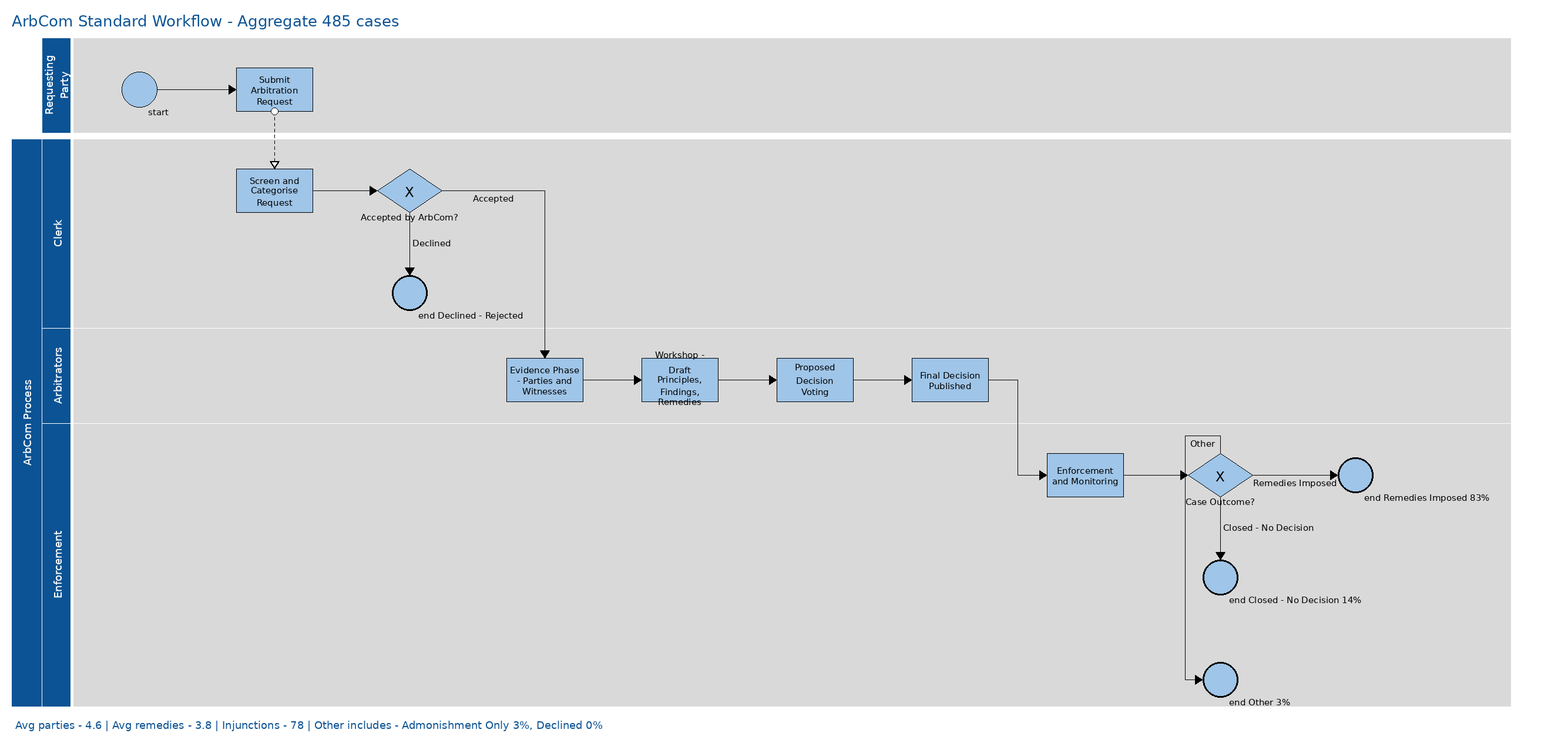
rah-ds/Wikipedia_Dispute_Models keeps this BPMN diagram as artifacts/bpmn/arb/arb_aggregate_workflow.png. Above is the earlier version. Its source is kept beside it as artifacts/bpmn/arb/arb_aggregate_workflow.bpmn. Ids are renumbered.
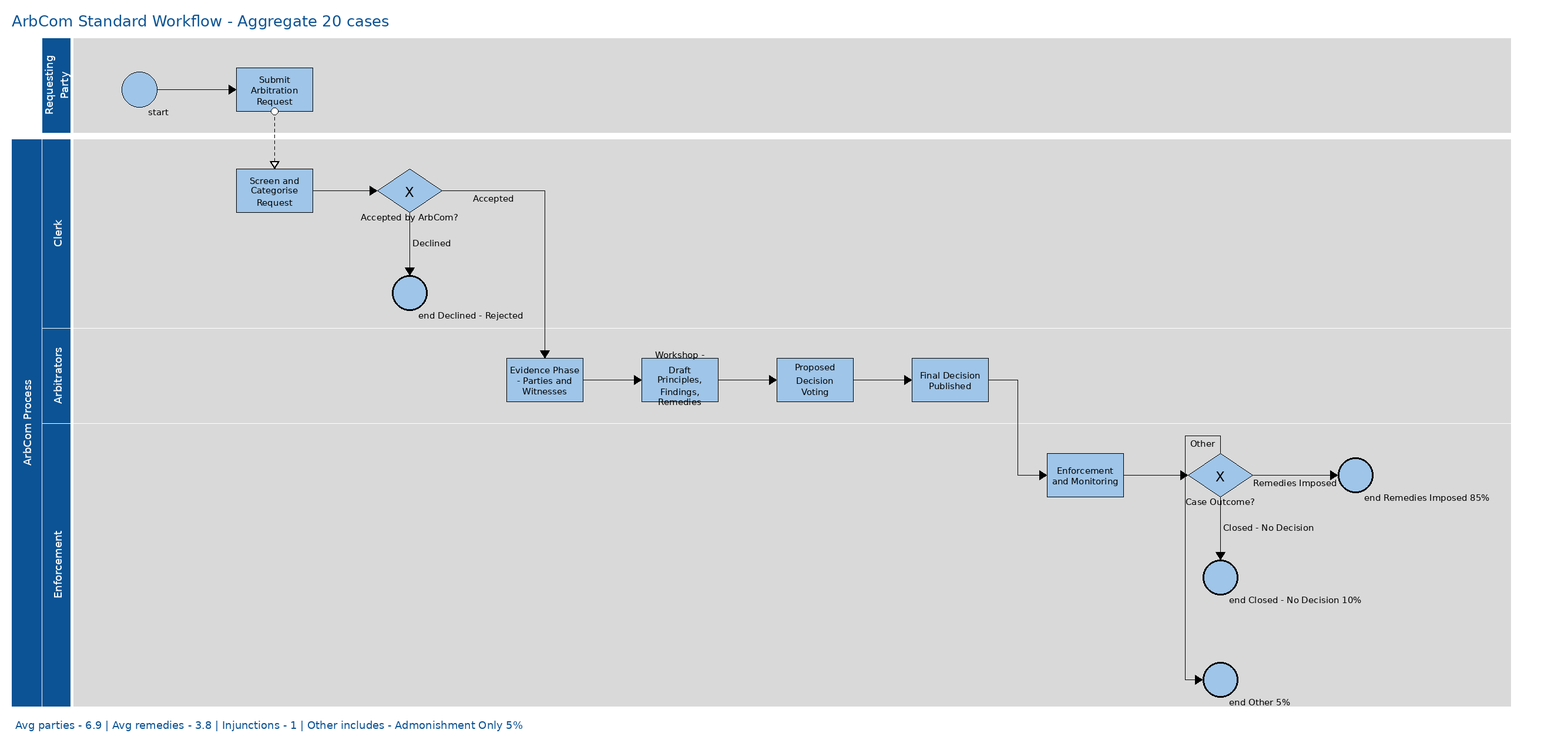
Above is the later version.

Diff of the diagram source:
```diff
@@ -1,116 +1,116 @@
-<bpmn:definitions xmlns:bpmn="http://www.omg.org/spec/BPMN/20100524/MODEL" xmlns:bpmndi="http://www.omg.org/spec/BPMN/20100524/DI" xmlns:dc="http://www.omg.org/spec/DD/20100524/DC" xmlns:di="http://www.omg.org/spec/DD/20100524/DI" id="Defs_0c04d345" targetNamespace="http://bpmn.io/schema/bpmn" exporter="ARB-BPMN-Generator" exporterVersion="2.0">
-  <bpmn:collaboration id="Collab_3075b9e8">
-    <bpmn:participant id="Participant_7f91c3ef" name="ArbCom Standard Workflow (Aggregate)" processRef="Process_1eb3be6e"/>
+<bpmn:definitions xmlns:bpmn="http://www.omg.org/spec/BPMN/20100524/MODEL" xmlns:bpmndi="http://www.omg.org/spec/BPMN/20100524/DI" xmlns:dc="http://www.omg.org/spec/DD/20100524/DC" xmlns:di="http://www.omg.org/spec/DD/20100524/DI" id="Defs_884db1db" targetNamespace="http://bpmn.io/schema/bpmn" exporter="ARB-BPMN-Generator" exporterVersion="2.0">
+  <bpmn:collaboration id="Collab_f2b951c9">
+    <bpmn:participant id="Participant_5bbdc030" name="ArbCom Standard Workflow (Aggregate)" processRef="Process_5ce431af"/>
   </bpmn:collaboration>
-  <bpmn:process id="Process_1eb3be6e" isExecutable="false">
-    <bpmn:laneSet id="LS_8257518f">
-      <bpmn:lane id="Lane_da011df4" name="Requesting Party">
-        <bpmn:flowNodeRef>startE_bfad503c</bpmn:flowNodeRef>
-        <bpmn:flowNodeRef>userTa_27c33dad</bpmn:flowNodeRef>
+  <bpmn:process id="Process_5ce431af" isExecutable="false">
+    <bpmn:laneSet id="LS_fa7a6078">
+      <bpmn:lane id="Lane_064f8a25" name="Requesting Party">
+        <bpmn:flowNodeRef>startE_4159ac6a</bpmn:flowNodeRef>
+        <bpmn:flowNodeRef>userTa_1ec863cb</bpmn:flowNodeRef>
       </bpmn:lane>
-      <bpmn:lane id="Lane_e15eb01a" name="Clerk">
-        <bpmn:flowNodeRef>task_75f53d36</bpmn:flowNodeRef>
-        <bpmn:flowNodeRef>exclus_bc45fe5e</bpmn:flowNodeRef>
-        <bpmn:flowNodeRef>endEve_9f7004b7</bpmn:flowNodeRef>
+      <bpmn:lane id="Lane_78e912b4" name="Clerk">
+        <bpmn:flowNodeRef>task_e3536de2</bpmn:flowNodeRef>
+        <bpmn:flowNodeRef>exclus_36a39572</bpmn:flowNodeRef>
+        <bpmn:flowNodeRef>endEve_fce17647</bpmn:flowNodeRef>
       </bpmn:lane>
-      <bpmn:lane id="Lane_5124f076" name="Arbitrators">
-        <bpmn:flowNodeRef>userTa_05f1df8b</bpmn:flowNodeRef>
-        <bpmn:flowNodeRef>userTa_f67ecde2</bpmn:flowNodeRef>
-        <bpmn:flowNodeRef>userTa_71c71b71</bpmn:flowNodeRef>
-        <bpmn:flowNodeRef>task_ee56dd75</bpmn:flowNodeRef>
+      <bpmn:lane id="Lane_d0aea4ab" name="Arbitrators">
+        <bpmn:flowNodeRef>userTa_d0418e09</bpmn:flowNodeRef>
+        <bpmn:flowNodeRef>userTa_601ed911</bpmn:flowNodeRef>
+        <bpmn:flowNodeRef>userTa_9f903c04</bpmn:flowNodeRef>
+        <bpmn:flowNodeRef>task_cf4c76b7</bpmn:flowNodeRef>
       </bpmn:lane>
-      <bpmn:lane id="Lane_886271b0" name="Enforcement">
-        <bpmn:flowNodeRef>userTa_dfc57ca4</bpmn:flowNodeRef>
-        <bpmn:flowNodeRef>exclus_a67e9532</bpmn:flowNodeRef>
-        <bpmn:flowNodeRef>endEve_c703935b</bpmn:flowNodeRef>
-        <bpmn:flowNodeRef>endEve_6d06c47a</bpmn:flowNodeRef>
-        <bpmn:flowNodeRef>endEve_5aa56df1</bpmn:flowNodeRef>
+      <bpmn:lane id="Lane_e6d13a67" name="Enforcement">
+        <bpmn:flowNodeRef>userTa_e143efad</bpmn:flowNodeRef>
+        <bpmn:flowNodeRef>exclus_293056dc</bpmn:flowNodeRef>
+        <bpmn:flowNodeRef>endEve_a3617c0c</bpmn:flowNodeRef>
+        <bpmn:flowNodeRef>endEve_96ca3d55</bpmn:flowNodeRef>
+        <bpmn:flowNodeRef>endEve_74645916</bpmn:flowNodeRef>
       </bpmn:lane>
     </bpmn:laneSet>
-    <bpmn:startEvent id="startE_bfad503c" name="Request Filed">
-      <bpmn:outgoing>Flow_041c9654</bpmn:outgoing>
+    <bpmn:startEvent id="startE_4159ac6a" name="Request Filed">
+      <bpmn:outgoing>Flow_687b115a</bpmn:outgoing>
     </bpmn:startEvent>
-    <bpmn:userTask id="userTa_27c33dad" name="Submit Arbitration Request">
-      <bpmn:incoming>Flow_041c9654</bpmn:incoming>
-      <bpmn:outgoing>Flow_48669485</bpmn:outgoing>
+    <bpmn:userTask id="userTa_1ec863cb" name="Submit Arbitration Request">
+      <bpmn:incoming>Flow_687b115a</bpmn:incoming>
+      <bpmn:outgoing>Flow_5ba99f82</bpmn:outgoing>
     </bpmn:userTask>
-    <bpmn:task id="task_75f53d36" name="Screen and Categorise">
-      <bpmn:incoming>Flow_48669485</bpmn:incoming>
-      <bpmn:outgoing>Flow_99c364df</bpmn:outgoing>
+    <bpmn:task id="task_e3536de2" name="Screen and Categorise">
+      <bpmn:incoming>Flow_5ba99f82</bpmn:incoming>
+      <bpmn:outgoing>Flow_1b73fded</bpmn:outgoing>
     </bpmn:task>
-    <bpmn:exclusiveGateway id="exclus_bc45fe5e" name="Accepted by ArbCom?">
-      <bpmn:incoming>Flow_99c364df</bpmn:incoming>
-      <bpmn:outgoing>Flow_04a2017b</bpmn:outgoing>
-      <bpmn:outgoing>Flow_c0e3e25d</bpmn:outgoing>
+    <bpmn:exclusiveGateway id="exclus_36a39572" name="Accepted by ArbCom?">
+      <bpmn:incoming>Flow_1b73fded</bpmn:incoming>
+      <bpmn:outgoing>Flow_17af1f86</bpmn:outgoing>
+      <bpmn:outgoing>Flow_cfbbb7a0</bpmn:outgoing>
     </bpmn:exclusiveGateway>
-    <bpmn:endEvent id="endEve_9f7004b7" name="Declined / Rejected">
-      <bpmn:incoming>Flow_04a2017b</bpmn:incoming>
+    <bpmn:endEvent id="endEve_fce17647" name="Declined / Rejected">
+      <bpmn:incoming>Flow_17af1f86</bpmn:incoming>
     </bpmn:endEvent>
-    <bpmn:userTask id="userTa_05f1df8b" name="Evidence Phase">
-      <bpmn:incoming>Flow_c0e3e25d</bpmn:incoming>
-      <bpmn:outgoing>Flow_7296c8be</bpmn:outgoing>
+    <bpmn:userTask id="userTa_d0418e09" name="Evidence Phase">
+      <bpmn:incoming>Flow_cfbbb7a0</bpmn:incoming>
+      <bpmn:outgoing>Flow_a3422127</bpmn:outgoing>
     </bpmn:userTask>
-    <bpmn:userTask id="userTa_f67ecde2" name="Workshop (Draft Decision)">
-      <bpmn:incoming>Flow_7296c8be</bpmn:incoming>
-      <bpmn:outgoing>Flow_9ec3b1d9</bpmn:outgoing>
+    <bpmn:userTask id="userTa_601ed911" name="Workshop (Draft Decision)">
+      <bpmn:incoming>Flow_a3422127</bpmn:incoming>
+      <bpmn:outgoing>Flow_e36aba5e</bpmn:outgoing>
     </bpmn:userTask>
-    <bpmn:userTask id="userTa_71c71b71" name="Proposed Decision Voting">
-      <bpmn:incoming>Flow_9ec3b1d9</bpmn:incoming>
-      <bpmn:outgoing>Flow_f88abc9f</bpmn:outgoing>
+    <bpmn:userTask id="userTa_9f903c04" name="Proposed Decision Voting">
+      <bpmn:incoming>Flow_e36aba5e</bpmn:incoming>
+      <bpmn:outgoing>Flow_3a7d0514</bpmn:outgoing>
     </bpmn:userTask>
-    <bpmn:task id="task_ee56dd75" name="Final Decision Published">
-      <bpmn:incoming>Flow_f88abc9f</bpmn:incoming>
-      <bpmn:outgoing>Flow_94e1d135</bpmn:outgoing>
+    <bpmn:task id="task_cf4c76b7" name="Final Decision Published">
+      <bpmn:incoming>Flow_3a7d0514</bpmn:incoming>
+      <bpmn:outgoing>Flow_fd3bd75f</bpmn:outgoing>
     </bpmn:task>
-    <bpmn:userTask id="userTa_dfc57ca4" name="Enforcement &amp; Monitoring">
-      <bpmn:incoming>Flow_94e1d135</bpmn:incoming>
-      <bpmn:outgoing>Flow_ea13c10a</bpmn:outgoing>
+    <bpmn:userTask id="userTa_e143efad" name="Enforcement &amp; Monitoring">
+      <bpmn:incoming>Flow_fd3bd75f</bpmn:incoming>
+      <bpmn:outgoing>Flow_3dbc0abf</bpmn:outgoing>
     </bpmn:userTask>
-    <bpmn:exclusiveGateway id="exclus_a67e9532" name="Case Outcome?">
-      <bpmn:incoming>Flow_ea13c10a</bpmn:incoming>
-      <bpmn:outgoing>Flow_e0960185</bpmn:outgoing>
-      <bpmn:outgoing>Flow_190e9871</bpmn:outgoing>
-      <bpmn:outgoing>Flow_87edaff1</bpmn:outgoing>
+    <bpmn:exclusiveGateway id="exclus_293056dc" name="Case Outcome?">
+      <bpmn:incoming>Flow_3dbc0abf</bpmn:incoming>
+      <bpmn:outgoing>Flow_40e33e1e</bpmn:outgoing>
+      <bpmn:outgoing>Flow_7074bbc2</bpmn:outgoing>
+      <bpmn:outgoing>Flow_db1bd19f</bpmn:outgoing>
     </bpmn:exclusiveGateway>
-    <bpmn:endEvent id="endEve_c703935b" name="Remedies Imposed (83%)">
-      <bpmn:incoming>Flow_e0960185</bpmn:incoming>
+    <bpmn:endEvent id="endEve_a3617c0c" name="Remedies Imposed (85%)">
+      <bpmn:incoming>Flow_40e33e1e</bpmn:incoming>
     </bpmn:endEvent>
-    <bpmn:endEvent id="endEve_6d06c47a" name="Closed - No Decision (14%)">
-      <bpmn:incoming>Flow_190e9871</bpmn:incoming>
+    <bpmn:endEvent id="endEve_96ca3d55" name="Closed - No Decision (10%)">
+      <bpmn:incoming>Flow_7074bbc2</bpmn:incoming>
     </bpmn:endEvent>
-    <bpmn:endEvent id="endEve_5aa56df1" name="Other (3%): Admonishment Only 3%, Declined 0%">
-      <bpmn:incoming>Flow_87edaff1</bpmn:incoming>
+    <bpmn:endEvent id="endEve_74645916" name="Other (5%): Admonishment Only 5%">
+      <bpmn:incoming>Flow_db1bd19f</bpmn:incoming>
     </bpmn:endEvent>
-    <bpmn:sequenceFlow id="Flow_041c9654" sourceRef="startE_bfad503c" targetRef="userTa_27c33dad"/>
-    <bpmn:sequenceFlow id="Flow_48669485" sourceRef="userTa_27c33dad" targetRef="task_75f53d36"/>
-    <bpmn:sequenceFlow id="Flow_99c364df" sourceRef="task_75f53d36" targetRef="exclus_bc45fe5e"/>
-    <bpmn:sequenceFlow id="Flow_04a2017b" sourceRef="exclus_bc45fe5e" targetRef="endEve_9f7004b7"/>
-    <bpmn:sequenceFlow id="Flow_c0e3e25d" sourceRef="exclus_bc45fe5e" targetRef="userTa_05f1df8b"/>
-    <bpmn:sequenceFlow id="Flow_7296c8be" sourceRef="userTa_05f1df8b" targetRef="userTa_f67ecde2"/>
-    <bpmn:sequenceFlow id="Flow_9ec3b1d9" sourceRef="userTa_f67ecde2" targetRef="userTa_71c71b71"/>
-    <bpmn:sequenceFlow id="Flow_f88abc9f" sourceRef="userTa_71c71b71" targetRef="task_ee56dd75"/>
-    <bpmn:sequenceFlow id="Flow_94e1d135" sourceRef="task_ee56dd75" targetRef="userTa_dfc57ca4"/>
-    <bpmn:sequenceFlow id="Flow_ea13c10a" sourceRef="userTa_dfc57ca4" targetRef="exclus_a67e9532"/>
-    <bpmn:sequenceFlow id="Flow_e0960185" sourceRef="exclus_a67e9532" targetRef="endEve_c703935b"/>
-    <bpmn:sequenceFlow id="Flow_190e9871" sourceRef="exclus_a67e9532" targetRef="endEve_6d06c47a"/>
-    <bpmn:sequenceFlow id="Flow_87edaff1" sourceRef="exclus_a67e9532" targetRef="endEve_5aa56df1"/>
+    <bpmn:sequenceFlow id="Flow_687b115a" sourceRef="startE_4159ac6a" targetRef="userTa_1ec863cb"/>
+    <bpmn:sequenceFlow id="Flow_5ba99f82" sourceRef="userTa_1ec863cb" targetRef="task_e3536de2"/>
+    <bpmn:sequenceFlow id="Flow_1b73fded" sourceRef="task_e3536de2" targetRef="exclus_36a39572"/>
+    <bpmn:sequenceFlow id="Flow_17af1f86" sourceRef="exclus_36a39572" targetRef="endEve_fce17647" name="No - Declined"/>
+    <bpmn:sequenceFlow id="Flow_cfbbb7a0" sourceRef="exclus_36a39572" targetRef="userTa_d0418e09" name="Yes - Accepted"/>
+    <bpmn:sequenceFlow id="Flow_a3422127" sourceRef="userTa_d0418e09" targetRef="userTa_601ed911"/>
+    <bpmn:sequenceFlow id="Flow_e36aba5e" sourceRef="userTa_601ed911" targetRef="userTa_9f903c04"/>
+    <bpmn:sequenceFlow id="Flow_3a7d0514" sourceRef="userTa_9f903c04" targetRef="task_cf4c76b7"/>
+    <bpmn:sequenceFlow id="Flow_fd3bd75f" sourceRef="task_cf4c76b7" targetRef="userTa_e143efad"/>
+    <bpmn:sequenceFlow id="Flow_3dbc0abf" sourceRef="userTa_e143efad" targetRef="exclus_293056dc"/>
+    <bpmn:sequenceFlow id="Flow_40e33e1e" sourceRef="exclus_293056dc" targetRef="endEve_a3617c0c" name="Remedies Imposed"/>
+    <bpmn:sequenceFlow id="Flow_7074bbc2" sourceRef="exclus_293056dc" targetRef="endEve_96ca3d55" name="Closed - No Decision"/>
+    <bpmn:sequenceFlow id="Flow_db1bd19f" sourceRef="exclus_293056dc" targetRef="endEve_74645916" name="Other"/>
   </bpmn:process>
-  <bpmndi:BPMNDiagram id="Diag_2eaf9ef6">
-    <bpmndi:BPMNPlane id="Plane_40ac555f" bpmnElement="Collab_3075b9e8">
-      <bpmndi:BPMNShape id="Participant_7f91c3ef_di" bpmnElement="Participant_7f91c3ef" isHorizontal="true">
+  <bpmndi:BPMNDiagram id="Diag_656b7282">
+    <bpmndi:BPMNPlane id="Plane_c6795132" bpmnElement="Collab_f2b951c9">
+      <bpmndi:BPMNShape id="Participant_5bbdc030_di" bpmnElement="Participant_5bbdc030" isHorizontal="true">
         <dc:Bounds x="100" y="80" width="2430" height="640"/>
       </bpmndi:BPMNShape>
-      <bpmndi:BPMNShape id="Lane_da011df4_di" bpmnElement="Lane_da011df4" isHorizontal="true">
+      <bpmndi:BPMNShape id="Lane_064f8a25_di" bpmnElement="Lane_064f8a25" isHorizontal="true">
         <dc:Bounds x="130" y="80" width="2400" height="160"/>
       </bpmndi:BPMNShape>
-      <bpmndi:BPMNShape id="Lane_e15eb01a_di" bpmnElement="Lane_e15eb01a" isHorizontal="true">
+      <bpmndi:BPMNShape id="Lane_78e912b4_di" bpmnElement="Lane_78e912b4" isHorizontal="true">
         <dc:Bounds x="130" y="240" width="2400" height="160"/>
       </bpmndi:BPMNShape>
-      <bpmndi:BPMNShape id="Lane_5124f076_di" bpmnElement="Lane_5124f076" isHorizontal="true">
+      <bpmndi:BPMNShape id="Lane_d0aea4ab_di" bpmnElement="Lane_d0aea4ab" isHorizontal="true">
         <dc:Bounds x="130" y="400" width="2400" height="160"/>
       </bpmndi:BPMNShape>
-      <bpmndi:BPMNShape id="Lane_886271b0_di" bpmnElement="Lane_886271b0" isHorizontal="true">
+      <bpmndi:BPMNShape id="Lane_e6d13a67_di" bpmnElement="Lane_e6d13a67" isHorizontal="true">
         <dc:Bounds x="130" y="560" width="2400" height="160"/>
       </bpmndi:BPMNShape>
-      <bpmndi:BPMNShape id="startE_bfad503c_di" bpmnElement="startE_bfad503c">
+      <bpmndi:BPMNShape id="startE_4159ac6a_di" bpmnElement="startE_4159ac6a">
         <dc:Bounds x="210" y="142" width="36" height="36"/>
@@ -120,9 +120,9 @@
       </bpmndi:BPMNShape>
-      <bpmndi:BPMNShape id="userTa_27c33dad_di" bpmnElement="userTa_27c33dad">
+      <bpmndi:BPMNShape id="userTa_1ec863cb_di" bpmnElement="userTa_1ec863cb">
         <dc:Bounds x="370" y="130" width="130" height="60"/>
       </bpmndi:BPMNShape>
-      <bpmndi:BPMNShape id="task_75f53d36_di" bpmnElement="task_75f53d36">
+      <bpmndi:BPMNShape id="task_e3536de2_di" bpmnElement="task_e3536de2">
         <dc:Bounds x="530" y="290" width="130" height="60"/>
       </bpmndi:BPMNShape>
-      <bpmndi:BPMNShape id="exclus_bc45fe5e_di" bpmnElement="exclus_bc45fe5e">
+      <bpmndi:BPMNShape id="exclus_36a39572_di" bpmnElement="exclus_36a39572">
         <dc:Bounds x="690" y="295" width="50" height="50"/>
@@ -132,3 +132,3 @@
       </bpmndi:BPMNShape>
-      <bpmndi:BPMNShape id="endEve_9f7004b7_di" bpmnElement="endEve_9f7004b7">
+      <bpmndi:BPMNShape id="endEve_fce17647_di" bpmnElement="endEve_fce17647">
         <dc:Bounds x="850" y="302" width="36" height="36"/>
@@ -138,18 +138,18 @@
       </bpmndi:BPMNShape>
-      <bpmndi:BPMNShape id="userTa_05f1df8b_di" bpmnElement="userTa_05f1df8b">
+      <bpmndi:BPMNShape id="userTa_d0418e09_di" bpmnElement="userTa_d0418e09">
         <dc:Bounds x="1010" y="450" width="130" height="60"/>
       </bpmndi:BPMNShape>
-      <bpmndi:BPMNShape id="userTa_f67ecde2_di" bpmnElement="userTa_f67ecde2">
+      <bpmndi:BPMNShape id="userTa_601ed911_di" bpmnElement="userTa_601ed911">
         <dc:Bounds x="1170" y="450" width="130" height="60"/>
       </bpmndi:BPMNShape>
-      <bpmndi:BPMNShape id="userTa_71c71b71_di" bpmnElement="userTa_71c71b71">
+      <bpmndi:BPMNShape id="userTa_9f903c04_di" bpmnElement="userTa_9f903c04">
         <dc:Bounds x="1330" y="450" width="130" height="60"/>
       </bpmndi:BPMNShape>
-      <bpmndi:BPMNShape id="task_ee56dd75_di" bpmnElement="task_ee56dd75">
+      <bpmndi:BPMNShape id="task_cf4c76b7_di" bpmnElement="task_cf4c76b7">
         <dc:Bounds x="1490" y="450" width="130" height="60"/>
       </bpmndi:BPMNShape>
-      <bpmndi:BPMNShape id="userTa_dfc57ca4_di" bpmnElement="userTa_dfc57ca4">
+      <bpmndi:BPMNShape id="userTa_e143efad_di" bpmnElement="userTa_e143efad">
         <dc:Bounds x="1650" y="610" width="130" height="60"/>
       </bpmndi:BPMNShape>
-      <bpmndi:BPMNShape id="exclus_a67e9532_di" bpmnElement="exclus_a67e9532">
+      <bpmndi:BPMNShape id="exclus_293056dc_di" bpmnElement="exclus_293056dc">
         <dc:Bounds x="1810" y="615" width="50" height="50"/>
@@ -159,3 +159,3 @@
       </bpmndi:BPMNShape>
-      <bpmndi:BPMNShape id="endEve_c703935b_di" bpmnElement="endEve_c703935b">
+      <bpmndi:BPMNShape id="endEve_a3617c0c_di" bpmnElement="endEve_a3617c0c">
         <dc:Bounds x="1970" y="622" width="36" height="36"/>
@@ -165,3 +165,3 @@
       </bpmndi:BPMNShape>
-      <bpmndi:BPMNShape id="endEve_6d06c47a_di" bpmnElement="endEve_6d06c47a">
+      <bpmndi:BPMNShape id="endEve_96ca3d55_di" bpmnElement="endEve_96ca3d55">
         <dc:Bounds x="2130" y="622" width="36" height="36"/>
@@ -171,3 +171,3 @@
       </bpmndi:BPMNShape>
-      <bpmndi:BPMNShape id="endEve_5aa56df1_di" bpmnElement="endEve_5aa56df1">
+      <bpmndi:BPMNShape id="endEve_74645916_di" bpmnElement="endEve_74645916">
         <dc:Bounds x="2290" y="622" width="36" height="36"/>
@@ -177,3 +177,3 @@
       </bpmndi:BPMNShape>
-      <bpmndi:BPMNEdge id="Flow_041c9654_di" bpmnElement="Flow_041c9654">
+      <bpmndi:BPMNEdge id="Flow_687b115a_di" bpmnElement="Flow_687b115a">
         <di:waypoint x="246" y="160"/>
@@ -181,3 +181,3 @@
       </bpmndi:BPMNEdge>
-      <bpmndi:BPMNEdge id="Flow_48669485_di" bpmnElement="Flow_48669485">
+      <bpmndi:BPMNEdge id="Flow_5ba99f82_di" bpmnElement="Flow_5ba99f82">
         <di:waypoint x="500" y="160"/>
@@ -185,3 +185,3 @@
       </bpmndi:BPMNEdge>
-      <bpmndi:BPMNEdge id="Flow_99c364df_di" bpmnElement="Flow_99c364df">
+      <bpmndi:BPMNEdge id="Flow_1b73fded_di" bpmnElement="Flow_1b73fded">
         <di:waypoint x="660" y="320"/>
@@ -189,3 +189,6 @@
       </bpmndi:BPMNEdge>
-      <bpmndi:BPMNEdge id="Flow_04a2017b_di" bpmnElement="Flow_04a2017b">
+      <bpmndi:BPMNEdge id="Flow_17af1f86_di" bpmnElement="Flow_17af1f86">
+        <bpmndi:BPMNLabel>
+          <dc:Bounds x="771" y="310" width="60" height="20"/>
+        </bpmndi:BPMNLabel>
         <di:waypoint x="740" y="320"/>
@@ -193,3 +196,6 @@
       </bpmndi:BPMNEdge>
-      <bpmndi:BPMNEdge id="Flow_c0e3e25d_di" bpmnElement="Flow_c0e3e25d">
+      <bpmndi:BPMNEdge id="Flow_cfbbb7a0_di" bpmnElement="Flow_cfbbb7a0">
+        <bpmndi:BPMNLabel>
+          <dc:Bounds x="875" y="390" width="60" height="20"/>
+        </bpmndi:BPMNLabel>
         <di:waypoint x="740" y="320"/>
@@ -197,3 +203,3 @@
       </bpmndi:BPMNEdge>
-      <bpmndi:BPMNEdge id="Flow_7296c8be_di" bpmnElement="Flow_7296c8be">
+      <bpmndi:BPMNEdge id="Flow_a3422127_di" bpmnElement="Flow_a3422127">
         <di:waypoint x="1140" y="480"/>
@@ -201,3 +207,3 @@
       </bpmndi:BPMNEdge>
-      <bpmndi:BPMNEdge id="Flow_9ec3b1d9_di" bpmnElement="Flow_9ec3b1d9">
+      <bpmndi:BPMNEdge id="Flow_e36aba5e_di" bpmnElement="Flow_e36aba5e">
         <di:waypoint x="1300" y="480"/>
@@ -205,3 +211,3 @@
       </bpmndi:BPMNEdge>
-      <bpmndi:BPMNEdge id="Flow_f88abc9f_di" bpmnElement="Flow_f88abc9f">
+      <bpmndi:BPMNEdge id="Flow_3a7d0514_di" bpmnElement="Flow_3a7d0514">
         <di:waypoint x="1460" y="480"/>
@@ -209,3 +215,3 @@
       </bpmndi:BPMNEdge>
-      <bpmndi:BPMNEdge id="Flow_94e1d135_di" bpmnElement="Flow_94e1d135">
+      <bpmndi:BPMNEdge id="Flow_fd3bd75f_di" bpmnElement="Flow_fd3bd75f">
         <di:waypoint x="1620" y="480"/>
@@ -213,3 +219,3 @@
       </bpmndi:BPMNEdge>
-      <bpmndi:BPMNEdge id="Flow_ea13c10a_di" bpmnElement="Flow_ea13c10a">
+      <bpmndi:BPMNEdge id="Flow_3dbc0abf_di" bpmnElement="Flow_3dbc0abf">
         <di:waypoint x="1780" y="640"/>
@@ -217,3 +223,6 @@
       </bpmndi:BPMNEdge>
-      <bpmndi:BPMNEdge id="Flow_e0960185_di" bpmnElement="Flow_e0960185">
+      <bpmndi:BPMNEdge id="Flow_40e33e1e_di" bpmnElement="Flow_40e33e1e">
+        <bpmndi:BPMNLabel>
+          <dc:Bounds x="1891" y="630" width="60" height="20"/>
+        </bpmndi:BPMNLabel>
         <di:waypoint x="1860" y="640"/>
@@ -221,3 +230,6 @@
       </bpmndi:BPMNEdge>
-      <bpmndi:BPMNEdge id="Flow_190e9871_di" bpmnElement="Flow_190e9871">
+      <bpmndi:BPMNEdge id="Flow_7074bbc2_di" bpmnElement="Flow_7074bbc2">
+        <bpmndi:BPMNLabel>
+          <dc:Bounds x="1971" y="630" width="60" height="20"/>
+        </bpmndi:BPMNLabel>
         <di:waypoint x="1860" y="640"/>
@@ -225,3 +237,6 @@
       </bpmndi:BPMNEdge>
-      <bpmndi:BPMNEdge id="Flow_87edaff1_di" bpmnElement="Flow_87edaff1">
+      <bpmndi:BPMNEdge id="Flow_db1bd19f_di" bpmnElement="Flow_db1bd19f">
+        <bpmndi:BPMNLabel>
+          <dc:Bounds x="2051" y="630" width="60" height="20"/>
+        </bpmndi:BPMNLabel>
         <di:waypoint x="1860" y="640"/>
```
